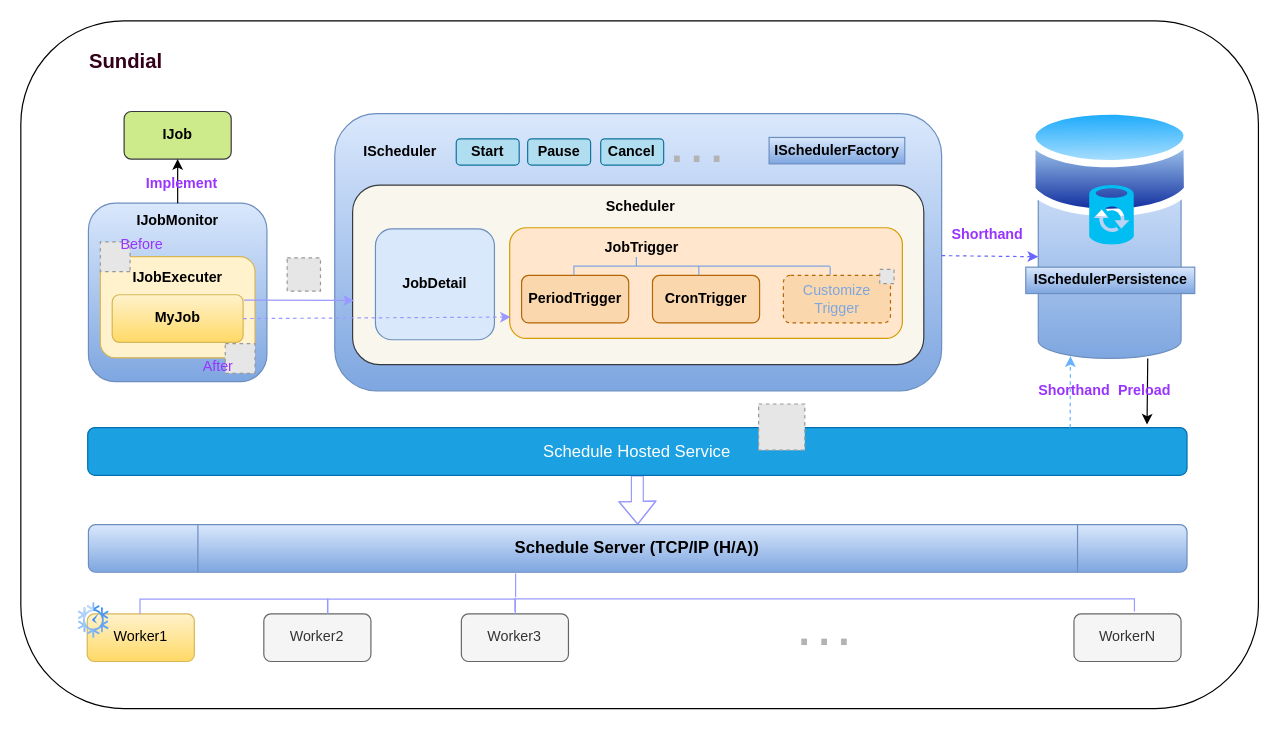
Earlier version of the draw.io diagram drawio/Sundial.drawio (MonkSoul/Sundial). Source tidied: cells renumbered, new cells numbered last; positions are measured from the earlier drawing's top-left corner, leaving out a move shared by most shapes. Both pictures are drawn from the tidied source at 119%, with x=0, y=0 at pixel (20, 20). Pictures stored in the file or linked from it are replaced by grey dashed boxes.
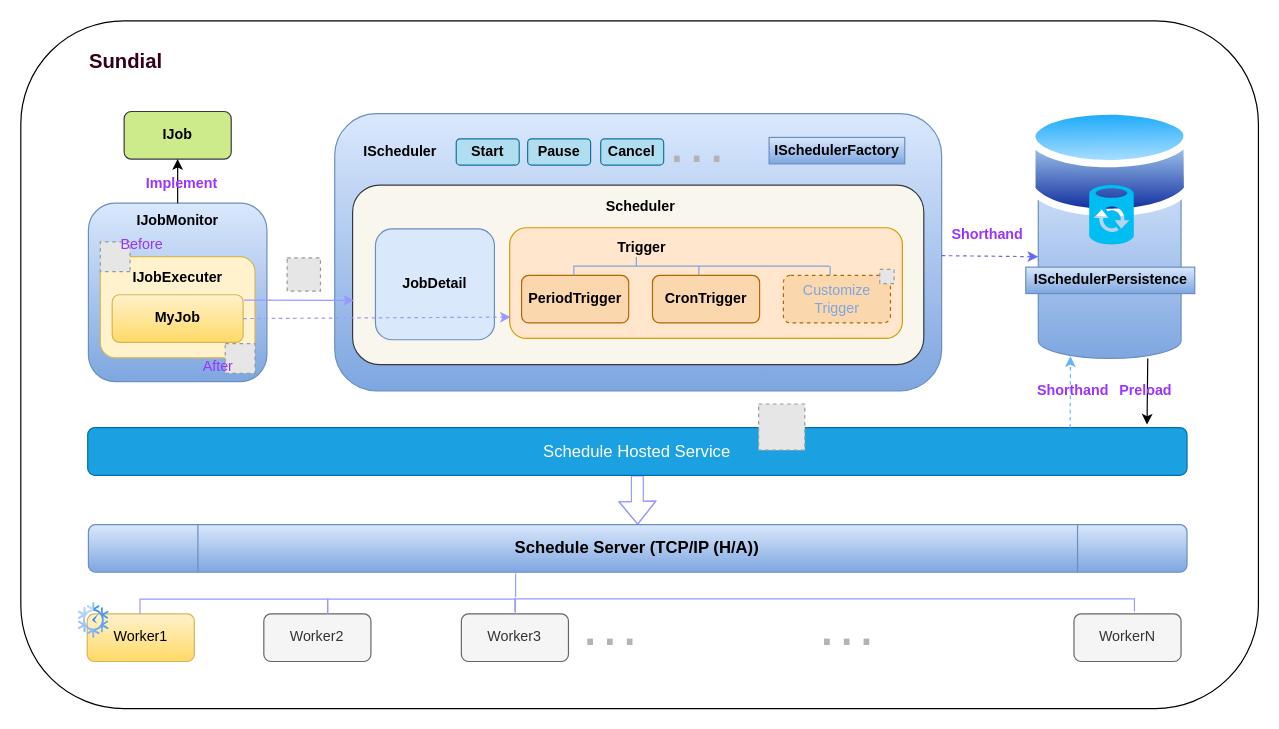
The same diagram, later.

Change to the diagram source:
```diff
@@
-    <mxCell id="10" value="JobTrigger" style="text;html=1;strokeColor=none;fillColor=none;align=center;verticalAlign=middle;whiteSpace=wrap;rounded=0;fontStyle=1;" parent="1" vertex="1">
+    <mxCell id="10" value="Trigger" style="text;html=1;strokeColor=none;fillColor=none;align=center;verticalAlign=middle;whiteSpace=wrap;rounded=0;fontStyle=1;" parent="1" vertex="1">
       <mxGeometry x="491.8" y="175.9" width="60" height="30" as="geometry" />
     </mxCell>
@@
     <mxCell id="43" value="···" style="text;html=1;align=center;verticalAlign=middle;strokeColor=none;fillColor=none;fontColor=#B3B3B3;fontSize=50;" parent="1" vertex="1">
-      <mxGeometry x="640" y="483.4" width="70" height="70" as="geometry" />
+      <mxGeometry x="460.2" y="483.4" width="70" height="70" as="geometry" />
     </mxCell>
@@
     <mxCell id="53" value="Preload" style="text;html=1;align=center;verticalAlign=middle;strokeColor=none;fillColor=none;fontColor=#9933FF;fontStyle=1;" parent="1" vertex="1">
-      <mxGeometry x="909" y="296.2" width="70" height="30" as="geometry" />
+      <mxGeometry x="910" y="296.2" width="70" height="30" as="geometry" />
     </mxCell>
@@
     <mxCell id="60" value="Shorthand" style="text;html=1;align=center;verticalAlign=middle;strokeColor=none;fillColor=none;fontColor=#9933FF;fontStyle=1;" parent="1" vertex="1">
-      <mxGeometry x="844.5" y="296.2" width="80" height="30" as="geometry" />
+      <mxGeometry x="843.5" y="296.2" width="80" height="30" as="geometry" />
     </mxCell>
@@
+    <mxCell id="62" value="···" style="text;html=1;align=center;verticalAlign=middle;strokeColor=none;fillColor=none;fontColor=#B3B3B3;fontSize=50;" parent="1" vertex="1">
+      <mxGeometry x="658.8" y="483.4" width="70" height="70" as="geometry" />
+    </mxCell>
```
